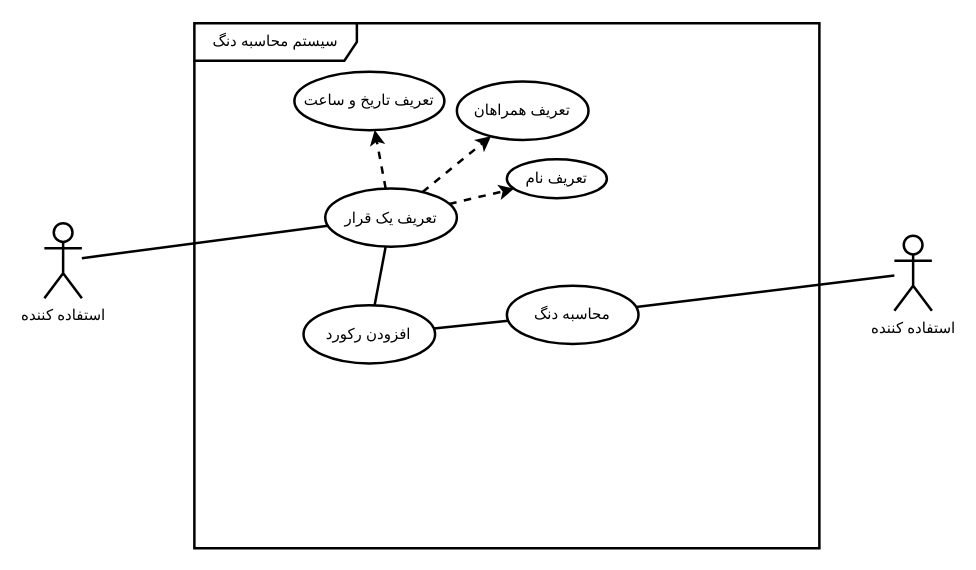
moharamzadeh/lets-go-dutch keeps this draw.io diagram as page "Use Case" (3 of 14) of UML.drawio. Above is the earlier version. Source tidied: cells renumbered, new cells numbered last; positions are measured from the earlier drawing's top-left corner, leaving out a move shared by most shapes. Both pictures are drawn from the tidied source at 125%, with x=0, y=0 at pixel (44, 22).
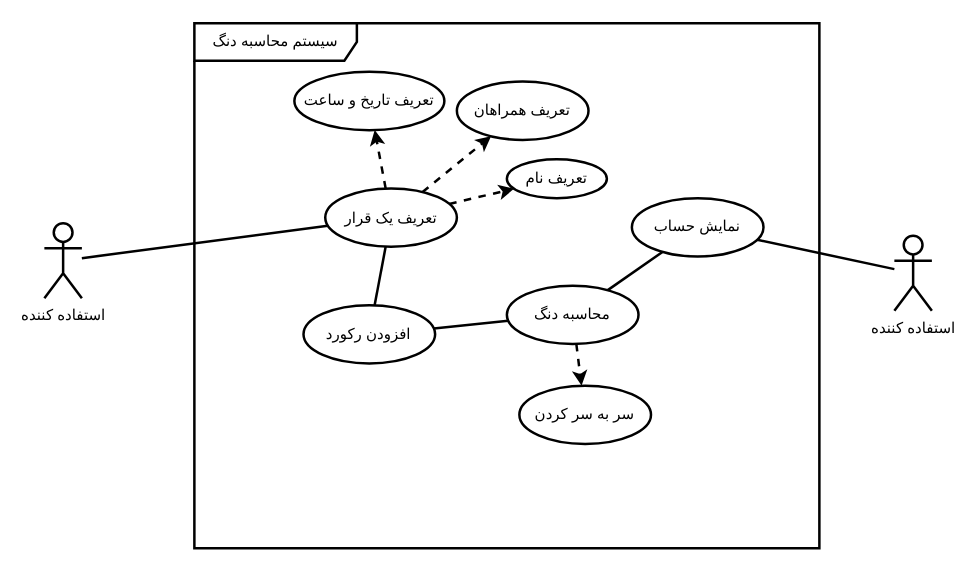
Above is the later version.

Commit message:
Update Use Case

The change refers to these unchanged cells:
```xml
<mxCell id="4" style="group;strokeWidth=2;" parent="1" vertex="1">
  <mxGeometry x="120" width="500" height="420" as="geometry" />
</mxCell>
<mxCell id="13" value="محاسبه دنگ" style="ellipse;whiteSpace=wrap;html=1;fontFamily=Vazirmatn;strokeWidth=2;" parent="4" vertex="1">
  <mxGeometry x="250" y="210" width="105.3" height="46.7" as="geometry" />
</mxCell>
<mxCell id="17" value="استفاده کننده" style="shape=umlActor;verticalLabelPosition=bottom;verticalAlign=top;html=1;fontFamily=Vazirmatn;strokeWidth=2;" parent="1" vertex="1">
  <mxGeometry x="680" y="170" width="30" height="60" as="geometry" />
</mxCell>
```

The edit, as a diff of the source:
```diff
@@
+    <mxCell id="19" value="سر به سر کردن" style="ellipse;whiteSpace=wrap;html=1;fontFamily=Vazirmatn;strokeWidth=2;" parent="4" vertex="1">
+      <mxGeometry x="260" y="290" width="105.3" height="46.7" as="geometry" />
+    </mxCell>
+    <mxCell id="20" style="edgeStyle=none;rounded=0;jettySize=auto;html=1;dashed=1;fontFamily=Vazirmatn;endArrow=classic;endFill=1;strokeWidth=2;" parent="4" edge="1" source="13" target="19">
+      <mxGeometry relative="1" as="geometry" />
+    </mxCell>
+    <mxCell id="21" value="نمایش حساب" style="ellipse;whiteSpace=wrap;html=1;fontFamily=Vazirmatn;strokeWidth=2;" parent="4" vertex="1">
+      <mxGeometry x="350" y="140" width="105.3" height="46.7" as="geometry" />
+    </mxCell>
+    <mxCell id="22" style="edgeStyle=none;rounded=0;jettySize=auto;html=1;fontFamily=Vazirmatn;endArrow=none;endFill=0;strokeWidth=2;" parent="4" edge="1" source="13" target="21">
+      <mxGeometry relative="1" as="geometry" />
+    </mxCell>
@@
-    <mxCell id="18" style="edgeStyle=none;rounded=0;jettySize=auto;html=1;fontFamily=Vazirmatn;endArrow=none;endFill=0;strokeWidth=2;" parent="1" edge="1" source="17" target="13">
+    <mxCell id="18" style="edgeStyle=none;rounded=0;jettySize=auto;html=1;fontFamily=Vazirmatn;endArrow=none;endFill=0;strokeWidth=2;" parent="1" edge="1" source="17" target="21">
       <mxGeometry relative="1" as="geometry" />
     </mxCell>
```
